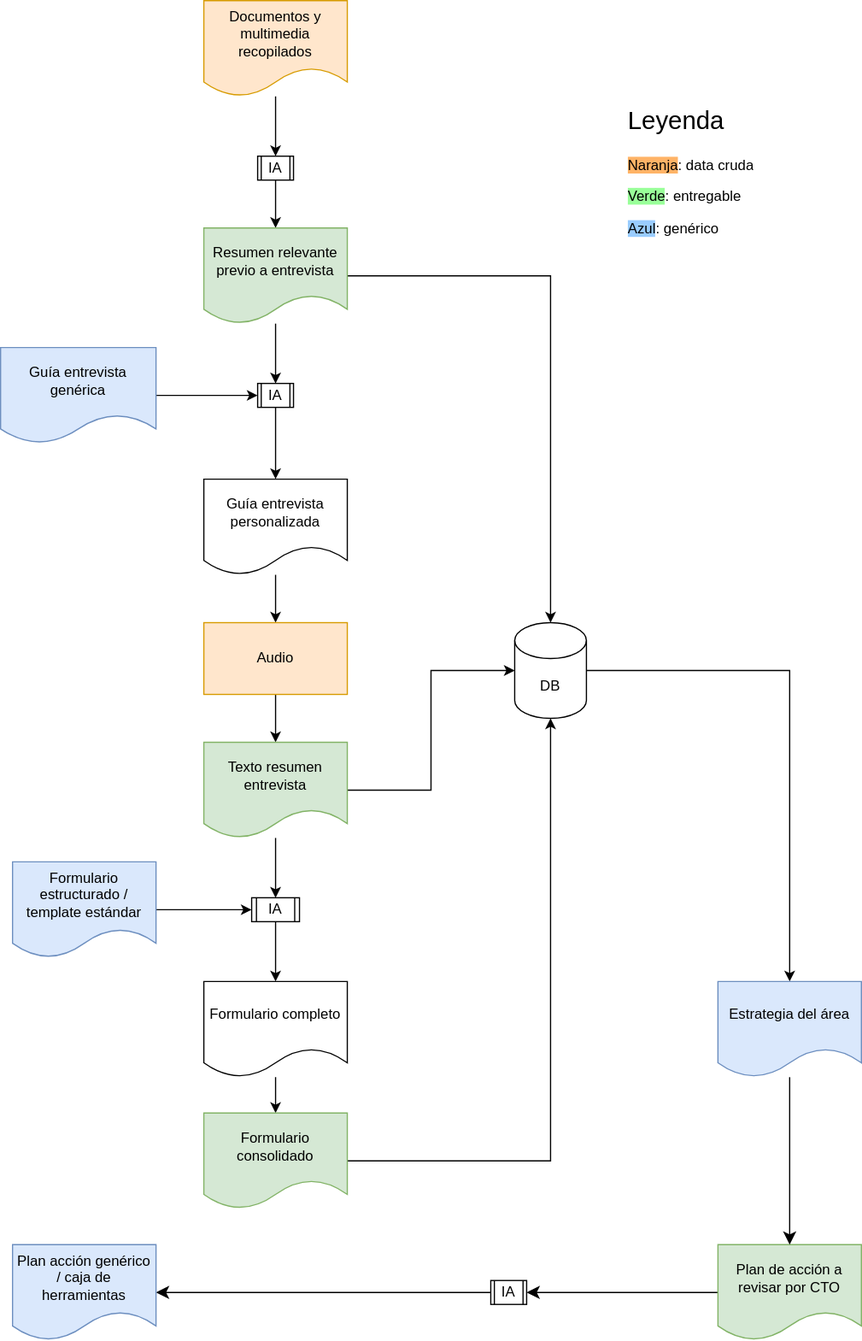
This is documentos/diagramas/Diagrama.svg from pablosartorio/iandes, a draw.io export, as it was before one commit. Source tidied: cells renumbered, new cells last; positions are measured from the earlier drawing's top-left corner, leaving out a move shared by most shapes.
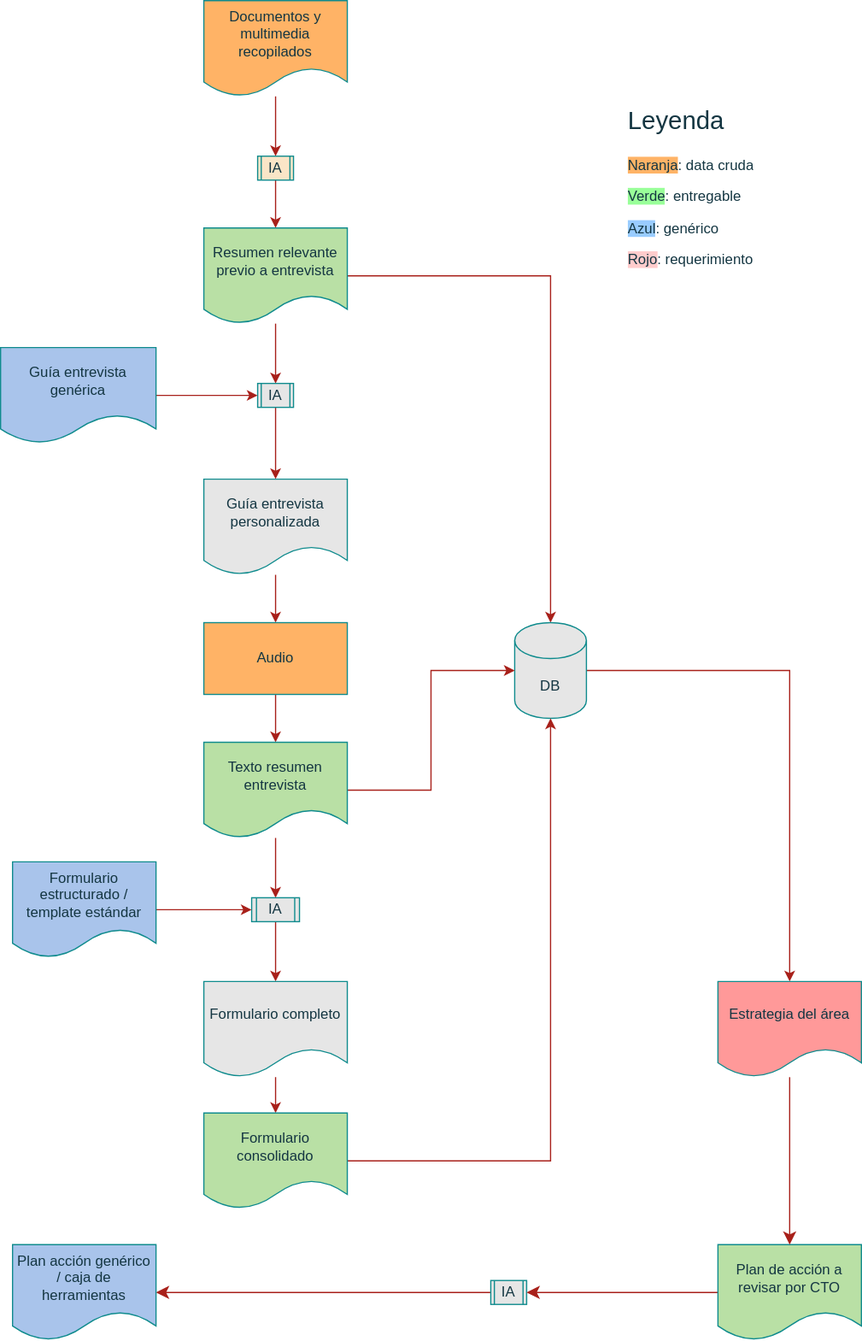
Later version of the same file.

Commit message:
Actualizo diagrama y script de audio; borro backup

Diff of the diagram source:
```diff
@@ -2,112 +2,112 @@
   <root>
     <mxCell id="0" />
     <mxCell id="1" parent="0" />
-    <mxCell id="2" style="edgeStyle=orthogonalEdgeStyle;rounded=0;jettySize=auto;html=1;" parent="1" edge="1" source="3" target="5">
+    <mxCell id="2" style="edgeStyle=orthogonalEdgeStyle;rounded=0;jettySize=auto;html=1;labelBackgroundColor=none;strokeColor=#A8201A;fontColor=default;" parent="1" edge="1" source="3" target="5">
       <mxGeometry relative="1" as="geometry" />
     </mxCell>
-    <mxCell id="3" value="Documentos y multimedia recopilados" style="shape=document;whiteSpace=wrap;html=1;boundedLbl=1;fillColor=#ffe6cc;strokeColor=#d79b00;" parent="1" vertex="1">
+    <mxCell id="3" value="Documentos y multimedia recopilados" style="shape=document;whiteSpace=wrap;html=1;boundedLbl=1;fillColor=#FFB366;strokeColor=#0F8B8D;labelBackgroundColor=none;fontColor=#143642;" parent="1" vertex="1">
       <mxGeometry x="170" width="120" height="80" as="geometry" />
     </mxCell>
-    <mxCell id="4" style="edgeStyle=orthogonalEdgeStyle;rounded=0;jettySize=auto;html=1;" parent="1" edge="1" source="5" target="8">
+    <mxCell id="4" style="edgeStyle=orthogonalEdgeStyle;rounded=0;jettySize=auto;html=1;labelBackgroundColor=none;strokeColor=#A8201A;fontColor=default;" parent="1" edge="1" source="5" target="8">
       <mxGeometry relative="1" as="geometry" />
     </mxCell>
-    <mxCell id="5" value="IA" style="shape=process;whiteSpace=wrap;html=1;backgroundOutline=1;" parent="1" vertex="1">
+    <mxCell id="5" value="IA" style="shape=process;whiteSpace=wrap;html=1;backgroundOutline=1;labelBackgroundColor=none;fillColor=#FAE5C7;strokeColor=#0F8B8D;fontColor=#143642;" parent="1" vertex="1">
       <mxGeometry x="215" y="130" width="30" height="20" as="geometry" />
     </mxCell>
-    <mxCell id="6" style="edgeStyle=orthogonalEdgeStyle;rounded=0;jettySize=auto;html=1;exitX=1;exitY=0.5;exitDx=0;exitDy=0;entryX=0.5;entryY=0;entryDx=0;entryDy=0;entryPerimeter=0;" parent="1" edge="1" source="8" target="10">
+    <mxCell id="6" style="edgeStyle=orthogonalEdgeStyle;rounded=0;jettySize=auto;html=1;exitX=1;exitY=0.5;exitDx=0;exitDy=0;entryX=0.5;entryY=0;entryDx=0;entryDy=0;entryPerimeter=0;labelBackgroundColor=none;strokeColor=#A8201A;fontColor=default;" parent="1" edge="1" source="8" target="10">
       <mxGeometry relative="1" as="geometry" />
     </mxCell>
-    <mxCell id="7" style="edgeStyle=orthogonalEdgeStyle;rounded=0;jettySize=auto;html=1;" parent="1" edge="1" source="8" target="12">
+    <mxCell id="7" style="edgeStyle=orthogonalEdgeStyle;rounded=0;jettySize=auto;html=1;labelBackgroundColor=none;strokeColor=#A8201A;fontColor=default;" parent="1" edge="1" source="8" target="12">
       <mxGeometry relative="1" as="geometry" />
     </mxCell>
-    <mxCell id="8" value="Resumen relevante previo a entrevista" style="shape=document;whiteSpace=wrap;html=1;boundedLbl=1;fillColor=#d5e8d4;strokeColor=#82b366;" parent="1" vertex="1">
+    <mxCell id="8" value="Resumen relevante previo a entrevista" style="shape=document;whiteSpace=wrap;html=1;boundedLbl=1;fillColor=#B9E0A5;strokeColor=#0F8B8D;labelBackgroundColor=none;fontColor=#143642;" parent="1" vertex="1">
       <mxGeometry x="170" y="190" width="120" height="80" as="geometry" />
     </mxCell>
-    <mxCell id="9" style="edgeStyle=orthogonalEdgeStyle;rounded=0;jettySize=auto;html=1;exitX=1;exitY=0.5;exitDx=0;exitDy=0;exitPerimeter=0;entryX=0.5;entryY=0;entryDx=0;entryDy=0;" parent="1" edge="1" source="10" target="37">
+    <mxCell id="9" style="edgeStyle=orthogonalEdgeStyle;rounded=0;jettySize=auto;html=1;exitX=1;exitY=0.5;exitDx=0;exitDy=0;exitPerimeter=0;entryX=0.5;entryY=0;entryDx=0;entryDy=0;labelBackgroundColor=none;strokeColor=#A8201A;fontColor=default;" parent="1" edge="1" source="10" target="37">
       <mxGeometry relative="1" as="geometry" />
     </mxCell>
-    <mxCell id="10" value="DB" style="shape=cylinder3;whiteSpace=wrap;html=1;boundedLbl=1;backgroundOutline=1;size=15;" parent="1" vertex="1">
+    <mxCell id="10" value="DB" style="shape=cylinder3;whiteSpace=wrap;html=1;boundedLbl=1;backgroundOutline=1;size=15;labelBackgroundColor=none;fillColor=#E6E6E6;strokeColor=#0F8B8D;fontColor=#143642;" parent="1" vertex="1">
       <mxGeometry x="430" y="520" width="60" height="80" as="geometry" />
     </mxCell>
-    <mxCell id="11" style="edgeStyle=orthogonalEdgeStyle;rounded=0;jettySize=auto;html=1;" parent="1" edge="1" source="12" target="14">
+    <mxCell id="11" style="edgeStyle=orthogonalEdgeStyle;rounded=0;jettySize=auto;html=1;labelBackgroundColor=none;strokeColor=#A8201A;fontColor=default;" parent="1" edge="1" source="12" target="14">
       <mxGeometry relative="1" as="geometry" />
     </mxCell>
-    <mxCell id="12" value="IA" style="shape=process;whiteSpace=wrap;html=1;backgroundOutline=1;" parent="1" vertex="1">
+    <mxCell id="12" value="IA" style="shape=process;whiteSpace=wrap;html=1;backgroundOutline=1;labelBackgroundColor=none;fillColor=#E6E6E6;strokeColor=#0F8B8D;fontColor=#143642;" parent="1" vertex="1">
       <mxGeometry x="215" y="320" width="30" height="20" as="geometry" />
     </mxCell>
-    <mxCell id="13" style="edgeStyle=orthogonalEdgeStyle;rounded=0;jettySize=auto;html=1;" parent="1" edge="1" source="14" target="18">
+    <mxCell id="13" style="edgeStyle=orthogonalEdgeStyle;rounded=0;jettySize=auto;html=1;labelBackgroundColor=none;strokeColor=#A8201A;fontColor=default;" parent="1" edge="1" source="14" target="18">
       <mxGeometry relative="1" as="geometry" />
     </mxCell>
-    <mxCell id="14" value="Guía entrevista personalizada" style="shape=document;whiteSpace=wrap;html=1;boundedLbl=1;" parent="1" vertex="1">
+    <mxCell id="14" value="Guía entrevista personalizada" style="shape=document;whiteSpace=wrap;html=1;boundedLbl=1;labelBackgroundColor=none;fillColor=#E6E6E6;strokeColor=#0F8B8D;fontColor=#143642;" parent="1" vertex="1">
       <mxGeometry x="170" y="400" width="120" height="80" as="geometry" />
     </mxCell>
-    <mxCell id="15" style="edgeStyle=orthogonalEdgeStyle;rounded=0;jettySize=auto;html=1;" parent="1" edge="1" source="16" target="12">
+    <mxCell id="15" style="edgeStyle=orthogonalEdgeStyle;rounded=0;jettySize=auto;html=1;labelBackgroundColor=none;strokeColor=#A8201A;fontColor=default;" parent="1" edge="1" source="16" target="12">
       <mxGeometry relative="1" as="geometry" />
     </mxCell>
-    <mxCell id="16" value="Guía entrevista genérica" style="shape=document;whiteSpace=wrap;html=1;boundedLbl=1;fillColor=#dae8fc;strokeColor=#6c8ebf;" parent="1" vertex="1">
+    <mxCell id="16" value="Guía entrevista genérica" style="shape=document;whiteSpace=wrap;html=1;boundedLbl=1;fillColor=#A9C4EB;strokeColor=#0F8B8D;labelBackgroundColor=none;fontColor=#143642;" parent="1" vertex="1">
       <mxGeometry y="290" width="130" height="80" as="geometry" />
     </mxCell>
-    <mxCell id="17" style="edgeStyle=orthogonalEdgeStyle;rounded=0;jettySize=auto;html=1;" parent="1" edge="1" source="18" target="21">
+    <mxCell id="17" style="edgeStyle=orthogonalEdgeStyle;rounded=0;jettySize=auto;html=1;labelBackgroundColor=none;strokeColor=#A8201A;fontColor=default;" parent="1" edge="1" source="18" target="21">
       <mxGeometry relative="1" as="geometry" />
     </mxCell>
-    <mxCell id="18" value="Audio" style="rounded=0;whiteSpace=wrap;html=1;fillColor=#ffe6cc;strokeColor=#d79b00;" parent="1" vertex="1">
+    <mxCell id="18" value="Audio" style="rounded=0;whiteSpace=wrap;html=1;fillColor=#FFB366;strokeColor=#0F8B8D;labelBackgroundColor=none;fontColor=#143642;" parent="1" vertex="1">
       <mxGeometry x="170" y="520" width="120" height="60" as="geometry" />
     </mxCell>
-    <mxCell id="19" style="edgeStyle=orthogonalEdgeStyle;rounded=0;jettySize=auto;html=1;" parent="1" edge="1" source="21" target="23">
+    <mxCell id="19" style="edgeStyle=orthogonalEdgeStyle;rounded=0;jettySize=auto;html=1;labelBackgroundColor=none;strokeColor=#A8201A;fontColor=default;" parent="1" edge="1" source="21" target="23">
       <mxGeometry relative="1" as="geometry" />
     </mxCell>
-    <mxCell id="20" style="edgeStyle=orthogonalEdgeStyle;rounded=0;jettySize=auto;html=1;entryX=0;entryY=0.5;entryDx=0;entryDy=0;entryPerimeter=0;" parent="1" edge="1" source="21" target="10">
+    <mxCell id="20" style="edgeStyle=orthogonalEdgeStyle;rounded=0;jettySize=auto;html=1;entryX=0;entryY=0.5;entryDx=0;entryDy=0;entryPerimeter=0;labelBackgroundColor=none;strokeColor=#A8201A;fontColor=default;" parent="1" edge="1" source="21" target="10">
       <mxGeometry relative="1" as="geometry" />
     </mxCell>
-    <mxCell id="21" value="Texto resumen entrevista" style="shape=document;whiteSpace=wrap;html=1;boundedLbl=1;rounded=0;fillColor=#d5e8d4;strokeColor=#82b366;" parent="1" vertex="1">
+    <mxCell id="21" value="Texto resumen entrevista" style="shape=document;whiteSpace=wrap;html=1;boundedLbl=1;rounded=0;fillColor=#B9E0A5;strokeColor=#0F8B8D;labelBackgroundColor=none;fontColor=#143642;" parent="1" vertex="1">
       <mxGeometry x="170" y="620" width="120" height="80" as="geometry" />
     </mxCell>
-    <mxCell id="22" style="edgeStyle=orthogonalEdgeStyle;rounded=0;jettySize=auto;html=1;" parent="1" edge="1" source="23" target="27">
+    <mxCell id="22" style="edgeStyle=orthogonalEdgeStyle;rounded=0;jettySize=auto;html=1;labelBackgroundColor=none;strokeColor=#A8201A;fontColor=default;" parent="1" edge="1" source="23" target="27">
       <mxGeometry relative="1" as="geometry" />
     </mxCell>
-    <mxCell id="23" value="IA" style="shape=process;whiteSpace=wrap;html=1;backgroundOutline=1;rounded=0;" parent="1" vertex="1">
+    <mxCell id="23" value="IA" style="shape=process;whiteSpace=wrap;html=1;backgroundOutline=1;rounded=0;labelBackgroundColor=none;fillColor=#E6E6E6;strokeColor=#0F8B8D;fontColor=#143642;" parent="1" vertex="1">
       <mxGeometry x="210" y="750" width="40" height="20" as="geometry" />
     </mxCell>
-    <mxCell id="24" style="edgeStyle=orthogonalEdgeStyle;rounded=0;jettySize=auto;html=1;" parent="1" edge="1" source="25" target="23">
+    <mxCell id="24" style="edgeStyle=orthogonalEdgeStyle;rounded=0;jettySize=auto;html=1;labelBackgroundColor=none;strokeColor=#A8201A;fontColor=default;" parent="1" edge="1" source="25" target="23">
       <mxGeometry relative="1" as="geometry" />
     </mxCell>
-    <mxCell id="25" value="Formulario estructurado / template estándar" style="shape=document;whiteSpace=wrap;html=1;boundedLbl=1;fillColor=#dae8fc;strokeColor=#6c8ebf;" parent="1" vertex="1">
+    <mxCell id="25" value="Formulario estructurado / template estándar" style="shape=document;whiteSpace=wrap;html=1;boundedLbl=1;fillColor=#A9C4EB;strokeColor=#0F8B8D;labelBackgroundColor=none;fontColor=#143642;" parent="1" vertex="1">
       <mxGeometry x="10" y="720" width="120" height="80" as="geometry" />
     </mxCell>
-    <mxCell id="26" style="edgeStyle=orthogonalEdgeStyle;rounded=0;jettySize=auto;html=1;" parent="1" edge="1" source="27" target="29">
+    <mxCell id="26" style="edgeStyle=orthogonalEdgeStyle;rounded=0;jettySize=auto;html=1;labelBackgroundColor=none;strokeColor=#A8201A;fontColor=default;" parent="1" edge="1" source="27" target="29">
       <mxGeometry relative="1" as="geometry" />
     </mxCell>
-    <mxCell id="27" value="Formulario completo" style="shape=document;whiteSpace=wrap;html=1;boundedLbl=1;rounded=0;" parent="1" vertex="1">
+    <mxCell id="27" value="Formulario completo" style="shape=document;whiteSpace=wrap;html=1;boundedLbl=1;rounded=0;labelBackgroundColor=none;fillColor=#E6E6E6;strokeColor=#0F8B8D;fontColor=#143642;" parent="1" vertex="1">
       <mxGeometry x="170" y="820" width="120" height="80" as="geometry" />
     </mxCell>
-    <mxCell id="28" style="edgeStyle=orthogonalEdgeStyle;rounded=0;jettySize=auto;html=1;entryX=0.5;entryY=1;entryDx=0;entryDy=0;entryPerimeter=0;" parent="1" edge="1" source="29" target="10">
+    <mxCell id="28" style="edgeStyle=orthogonalEdgeStyle;rounded=0;jettySize=auto;html=1;entryX=0.5;entryY=1;entryDx=0;entryDy=0;entryPerimeter=0;labelBackgroundColor=none;strokeColor=#A8201A;fontColor=default;" parent="1" edge="1" source="29" target="10">
       <mxGeometry relative="1" as="geometry" />
     </mxCell>
-    <mxCell id="29" value="Formulario consolidado" style="shape=document;whiteSpace=wrap;html=1;boundedLbl=1;rounded=0;fillColor=#d5e8d4;strokeColor=#82b366;" parent="1" vertex="1">
+    <mxCell id="29" value="Formulario consolidado" style="shape=document;whiteSpace=wrap;html=1;boundedLbl=1;rounded=0;fillColor=#B9E0A5;strokeColor=#0F8B8D;labelBackgroundColor=none;fontColor=#143642;" parent="1" vertex="1">
       <mxGeometry x="170" y="930" width="120" height="80" as="geometry" />
     </mxCell>
-    <mxCell id="30" style="edgeStyle=none;curved=1;rounded=0;jettySize=auto;html=1;entryX=1;entryY=0.5;entryDx=0;entryDy=0;fontSize=12;startSize=8;endSize=8;" parent="1" edge="1" source="31" target="32">
+    <mxCell id="30" style="edgeStyle=none;curved=1;rounded=0;jettySize=auto;html=1;entryX=1;entryY=0.5;entryDx=0;entryDy=0;fontSize=12;startSize=8;endSize=8;labelBackgroundColor=none;strokeColor=#A8201A;fontColor=default;" parent="1" edge="1" source="31" target="32">
       <mxGeometry relative="1" as="geometry" />
     </mxCell>
-    <mxCell id="31" value="IA" style="shape=process;whiteSpace=wrap;html=1;backgroundOutline=1;rounded=0;" parent="1" vertex="1">
+    <mxCell id="31" value="IA" style="shape=process;whiteSpace=wrap;html=1;backgroundOutline=1;rounded=0;labelBackgroundColor=none;fillColor=#E6E6E6;strokeColor=#0F8B8D;fontColor=#143642;" parent="1" vertex="1">
       <mxGeometry x="410" y="1070" width="30" height="20" as="geometry" />
     </mxCell>
-    <mxCell id="32" value="Plan acción genérico / caja de herramientas" style="shape=document;whiteSpace=wrap;html=1;boundedLbl=1;fillColor=#dae8fc;strokeColor=#6c8ebf;" parent="1" vertex="1">
+    <mxCell id="32" value="Plan acción genérico / caja de herramientas" style="shape=document;whiteSpace=wrap;html=1;boundedLbl=1;fillColor=#A9C4EB;strokeColor=#0F8B8D;labelBackgroundColor=none;fontColor=#143642;" parent="1" vertex="1">
       <mxGeometry x="10" y="1040" width="120" height="80" as="geometry" />
     </mxCell>
-    <mxCell id="33" style="edgeStyle=none;curved=1;rounded=0;jettySize=auto;html=1;entryX=1;entryY=0.5;entryDx=0;entryDy=0;fontSize=12;startSize=8;endSize=8;" parent="1" edge="1" source="34" target="31">
+    <mxCell id="33" style="edgeStyle=none;curved=1;rounded=0;jettySize=auto;html=1;entryX=1;entryY=0.5;entryDx=0;entryDy=0;fontSize=12;startSize=8;endSize=8;labelBackgroundColor=none;strokeColor=#A8201A;fontColor=default;" parent="1" edge="1" source="34" target="31">
       <mxGeometry relative="1" as="geometry" />
     </mxCell>
-    <mxCell id="34" value="Plan de acción a revisar por CTO" style="shape=document;whiteSpace=wrap;html=1;boundedLbl=1;fillColor=#d5e8d4;strokeColor=#82b366;" parent="1" vertex="1">
+    <mxCell id="34" value="Plan de acción a revisar por CTO" style="shape=document;whiteSpace=wrap;html=1;boundedLbl=1;fillColor=#B9E0A5;strokeColor=#0F8B8D;labelBackgroundColor=none;fontColor=#143642;" parent="1" vertex="1">
       <mxGeometry x="600" y="1040" width="120" height="80" as="geometry" />
     </mxCell>
-    <mxCell id="35" value="&lt;h1&gt;&lt;font style=&quot;font-size: 21px; font-weight: normal;&quot;&gt;Leyenda&lt;/font&gt;&lt;/h1&gt;&lt;p&gt;&lt;span style=&quot;background-color: rgb(255, 179, 102);&quot;&gt;Naranja&lt;/span&gt;: data cruda&lt;/p&gt;&lt;p&gt;&lt;span style=&quot;background-color: rgb(153, 255, 153);&quot;&gt;Verde&lt;/span&gt;: entregable&lt;/p&gt;&lt;p&gt;&lt;font style=&quot;background-color: rgb(153, 204, 255);&quot;&gt;Azul&lt;/font&gt;: genérico&lt;/p&gt;" style="text;html=1;strokeColor=none;fillColor=none;spacing=5;spacingTop=-20;whiteSpace=wrap;overflow=hidden;rounded=0;" parent="1" vertex="1">
-      <mxGeometry x="520" y="80" width="190" height="120" as="geometry" />
+    <mxCell id="35" value="&lt;h1&gt;&lt;font style=&quot;font-size: 21px; font-weight: normal;&quot;&gt;Leyenda&lt;/font&gt;&lt;/h1&gt;&lt;p&gt;&lt;span style=&quot;background-color: rgb(255, 179, 102);&quot;&gt;Naranja&lt;/span&gt;: data cruda&lt;/p&gt;&lt;p&gt;&lt;span style=&quot;background-color: rgb(153, 255, 153);&quot;&gt;Verde&lt;/span&gt;: entregable&lt;/p&gt;&lt;p&gt;&lt;font style=&quot;background-color: rgb(153, 204, 255);&quot;&gt;Azul&lt;/font&gt;: genérico&lt;/p&gt;&lt;p&gt;&lt;span style=&quot;background-color: rgb(255, 204, 204);&quot;&gt;Rojo&lt;/span&gt;: requerimiento&lt;/p&gt;" style="text;html=1;strokeColor=none;fillColor=none;spacing=5;spacingTop=-20;whiteSpace=wrap;overflow=hidden;rounded=0;labelBackgroundColor=none;fontColor=#143642;" parent="1" vertex="1">
+      <mxGeometry x="520" y="80" width="190" height="150" as="geometry" />
     </mxCell>
-    <mxCell id="36" style="edgeStyle=none;curved=1;rounded=0;jettySize=auto;html=1;fontSize=12;startSize=8;endSize=8;" parent="1" edge="1" source="37" target="34">
+    <mxCell id="36" style="edgeStyle=none;curved=1;rounded=0;jettySize=auto;html=1;fontSize=12;startSize=8;endSize=8;labelBackgroundColor=none;strokeColor=#A8201A;fontColor=default;" parent="1" edge="1" source="37" target="34">
       <mxGeometry relative="1" as="geometry" />
     </mxCell>
-    <mxCell id="37" value="Estrategia del área" style="shape=document;whiteSpace=wrap;html=1;boundedLbl=1;fillColor=#dae8fc;strokeColor=#6c8ebf;" parent="1" vertex="1">
+    <mxCell id="37" value="Estrategia del área" style="shape=document;whiteSpace=wrap;html=1;boundedLbl=1;fillColor=#FF9999;strokeColor=#0F8B8D;labelBackgroundColor=none;fontColor=#143642;" parent="1" vertex="1">
       <mxGeometry x="600" y="820" width="120" height="80" as="geometry" />
     </mxCell>
   </root>
```
